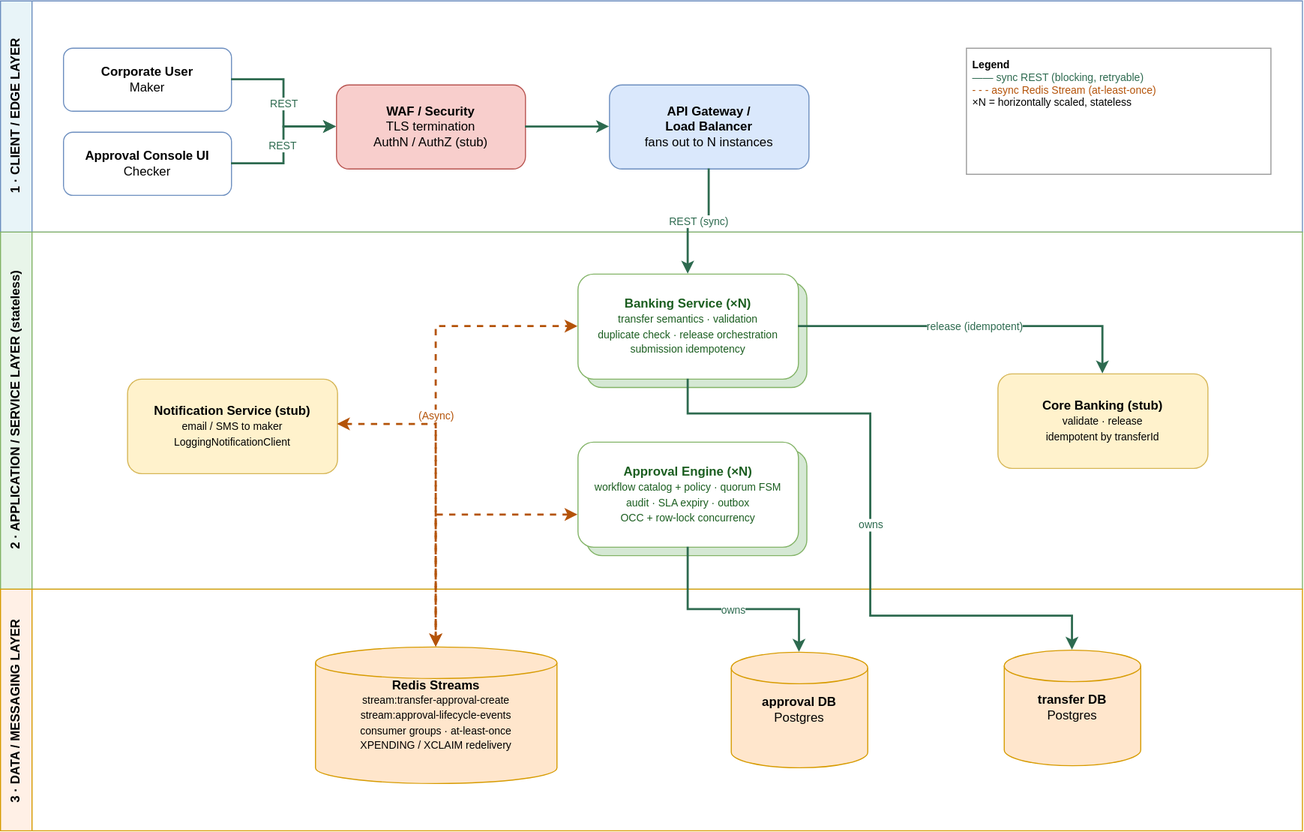
Before: docs/hld.drawio.svg, a diagram exported from draw.io (skcchoudhary21/vision-hld). Source tidied: cells renumbered, new cells last; positions are measured from the earlier drawing's top-left corner, leaving out a move shared by most shapes.
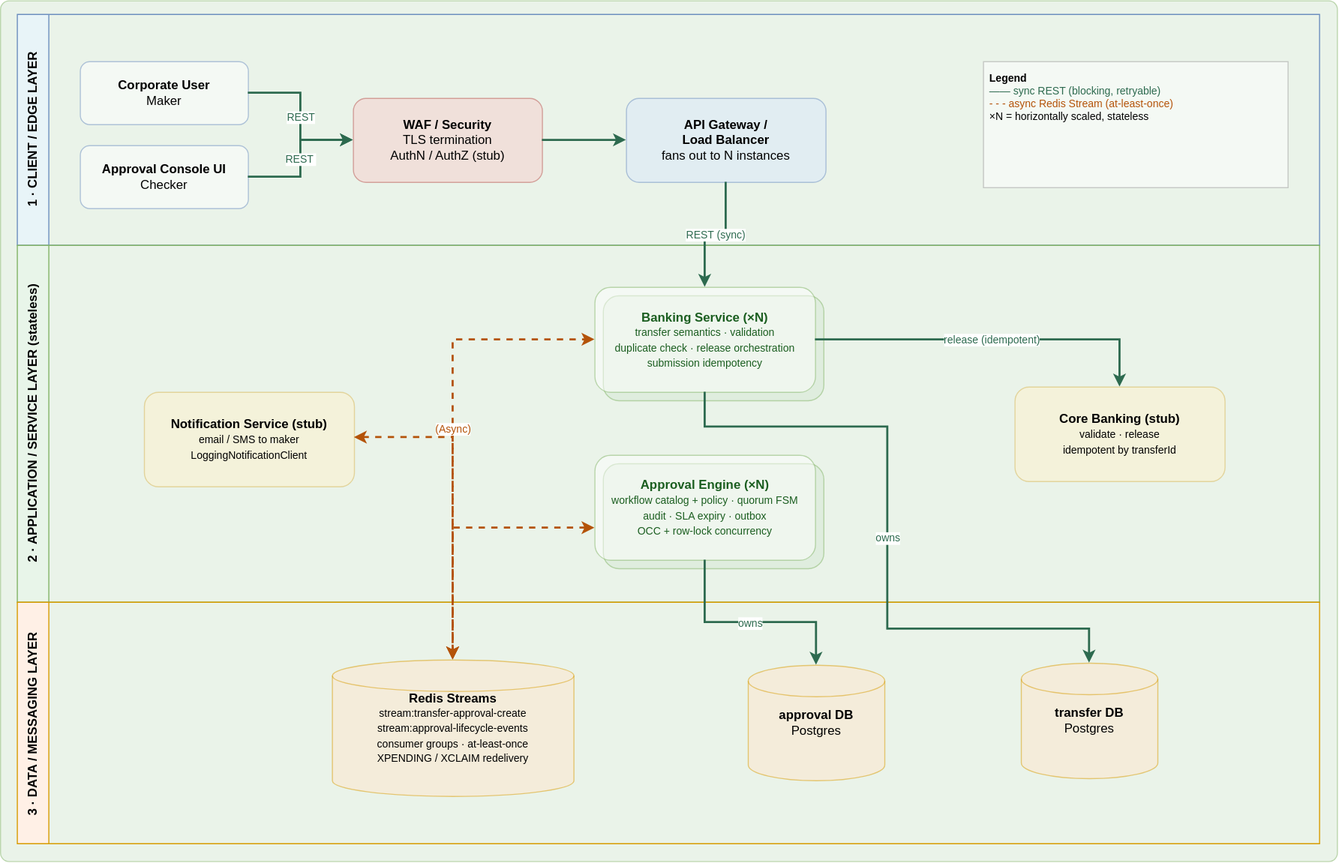
After the commit.

Commit message:
docs: rebuild transfer-approval-design as a web reference, add condensed 4-page brief

Change to the diagram source:
```diff
@@ -2,22 +2,25 @@
   <root>
     <mxCell id="0" />
     <mxCell id="1" parent="0" />
+    <mxCell id="29" style="rounded=1;whiteSpace=wrap;html=1;arcSize=1;fillColor=#d5e8d4;strokeColor=#82b366;opacity=50;" parent="1" vertex="1">
+      <mxGeometry x="-16" y="-13" width="1273" height="820" as="geometry" />
+    </mxCell>
     <mxCell id="2" value="1 · CLIENT / EDGE LAYER" style="swimlane;horizontal=0;startSize=30;fillColor=#e8f4f8;strokeColor=#6c8ebf;html=1;fontStyle=1;fontSize=12;" parent="1" vertex="1">
       <mxGeometry width="1240" height="220" as="geometry" />
     </mxCell>
-    <mxCell id="3" value="&lt;b&gt;Corporate User&lt;/b&gt;&lt;br&gt;Maker" style="rounded=1;whiteSpace=wrap;html=1;fillColor=#ffffff;strokeColor=#6c8ebf;" parent="2" vertex="1">
+    <mxCell id="3" value="&lt;b&gt;Corporate User&lt;/b&gt;&lt;br&gt;Maker" style="rounded=1;whiteSpace=wrap;html=1;fillColor=#ffffff;strokeColor=#6c8ebf;opacity=50;" parent="2" vertex="1">
       <mxGeometry x="60" y="45" width="160" height="60" as="geometry" />
     </mxCell>
-    <mxCell id="4" value="&lt;b&gt;Approval Console UI&lt;/b&gt;&lt;br&gt;Checker" style="rounded=1;whiteSpace=wrap;html=1;fillColor=#ffffff;strokeColor=#6c8ebf;" parent="2" vertex="1">
+    <mxCell id="4" value="&lt;b&gt;Approval Console UI&lt;/b&gt;&lt;br&gt;Checker" style="rounded=1;whiteSpace=wrap;html=1;fillColor=#ffffff;strokeColor=#6c8ebf;opacity=50;" parent="2" vertex="1">
       <mxGeometry x="60" y="125" width="160" height="60" as="geometry" />
     </mxCell>
-    <mxCell id="5" value="&lt;b&gt;WAF / Security&lt;/b&gt;&lt;br&gt;TLS termination&lt;br&gt;AuthN / AuthZ (stub)" style="rounded=1;whiteSpace=wrap;html=1;fillColor=#f8cecc;strokeColor=#b85450;" parent="2" vertex="1">
+    <mxCell id="5" value="&lt;b&gt;WAF / Security&lt;/b&gt;&lt;br&gt;TLS termination&lt;br&gt;AuthN / AuthZ (stub)" style="rounded=1;whiteSpace=wrap;html=1;fillColor=#f8cecc;strokeColor=#b85450;opacity=50;" parent="2" vertex="1">
       <mxGeometry x="320" y="80" width="180" height="80" as="geometry" />
     </mxCell>
-    <mxCell id="6" value="&lt;b&gt;API Gateway /&lt;br&gt;Load Balancer&lt;/b&gt;&lt;br&gt;fans out to N instances" style="rounded=1;whiteSpace=wrap;html=1;fillColor=#dae8fc;strokeColor=#6c8ebf;" parent="2" vertex="1">
+    <mxCell id="6" value="&lt;b&gt;API Gateway /&lt;br&gt;Load Balancer&lt;/b&gt;&lt;br&gt;fans out to N instances" style="rounded=1;whiteSpace=wrap;html=1;fillColor=#dae8fc;strokeColor=#6c8ebf;opacity=50;" parent="2" vertex="1">
       <mxGeometry x="580" y="80" width="190" height="80" as="geometry" />
     </mxCell>
-    <mxCell id="7" value="&lt;b&gt;Legend&lt;/b&gt;&lt;br&gt;&lt;font color=&quot;#2d6a4f&quot;&gt;—— sync REST (blocking, retryable)&lt;/font&gt;&lt;br&gt;&lt;font color=&quot;#b45309&quot;&gt;- - - async Redis Stream (at-least-once)&lt;/font&gt;&lt;br&gt;×N = horizontally scaled, stateless" style="text;html=1;align=left;verticalAlign=top;whiteSpace=wrap;fillColor=#ffffff;strokeColor=#999999;fontSize=10;spacing=6;" parent="2" vertex="1">
+    <mxCell id="7" value="&lt;b&gt;Legend&lt;/b&gt;&lt;br&gt;&lt;font color=&quot;#2d6a4f&quot;&gt;—— sync REST (blocking, retryable)&lt;/font&gt;&lt;br&gt;&lt;font color=&quot;#b45309&quot;&gt;- - - async Redis Stream (at-least-once)&lt;/font&gt;&lt;br&gt;×N = horizontally scaled, stateless" style="text;html=1;align=left;verticalAlign=top;whiteSpace=wrap;fillColor=#ffffff;strokeColor=#999999;fontSize=10;spacing=6;opacity=50;" parent="2" vertex="1">
       <mxGeometry x="920" y="45" width="290" height="120" as="geometry" />
     </mxCell>
     <mxCell id="8" value="REST" style="edgeStyle=orthogonalEdgeStyle;rounded=0;html=1;strokeColor=#2d6a4f;strokeWidth=2;endArrow=classic;fontColor=#2d6a4f;fontSize=10;libavoidRouting=1;jettySize=auto;" parent="2" edge="1" source="3" target="5">
@@ -42,22 +45,22 @@
     <mxCell id="11" value="2 · APPLICATION / SERVICE LAYER  (stateless)" style="swimlane;horizontal=0;startSize=30;fillColor=#e8f5e9;strokeColor=#82b366;html=1;fontStyle=1;fontSize=12;" parent="1" vertex="1">
       <mxGeometry y="220" width="1240" height="340" as="geometry" />
     </mxCell>
-    <mxCell id="12" style="rounded=1;whiteSpace=wrap;html=1;fillColor=#d5e8d4;strokeColor=#82b366;" parent="11" vertex="1">
+    <mxCell id="12" style="rounded=1;whiteSpace=wrap;html=1;fillColor=#d5e8d4;strokeColor=#82b366;opacity=50;" parent="11" vertex="1">
       <mxGeometry x="558" y="48" width="210" height="100" as="geometry" />
     </mxCell>
-    <mxCell id="13" value="&lt;b&gt;Banking Service (×N)&lt;/b&gt;&lt;br&gt;&lt;font style=&quot;font-size:10px&quot;&gt;transfer semantics · validation&lt;br&gt;duplicate check · release orchestration&lt;br&gt;submission idempotency&lt;/font&gt;" style="rounded=1;whiteSpace=wrap;html=1;fillColor=#ffffff;strokeColor=#82b366;fontColor=#1b5e20;" parent="11" vertex="1">
+    <mxCell id="13" value="&lt;b&gt;Banking Service (×N)&lt;/b&gt;&lt;br&gt;&lt;font style=&quot;font-size:10px&quot;&gt;transfer semantics · validation&lt;br&gt;duplicate check · release orchestration&lt;br&gt;submission idempotency&lt;/font&gt;" style="rounded=1;whiteSpace=wrap;html=1;fillColor=#ffffff;strokeColor=#82b366;fontColor=#1b5e20;opacity=50;" parent="11" vertex="1">
       <mxGeometry x="550" y="40" width="210" height="100" as="geometry" />
     </mxCell>
-    <mxCell id="14" style="rounded=1;whiteSpace=wrap;html=1;fillColor=#d5e8d4;strokeColor=#82b366;" parent="11" vertex="1">
+    <mxCell id="14" style="rounded=1;whiteSpace=wrap;html=1;fillColor=#d5e8d4;strokeColor=#82b366;opacity=50;" parent="11" vertex="1">
       <mxGeometry x="558" y="208" width="210" height="100" as="geometry" />
     </mxCell>
-    <mxCell id="15" value="&lt;b&gt;Approval Engine (×N)&lt;/b&gt;&lt;br&gt;&lt;font style=&quot;font-size:10px&quot;&gt;workflow catalog + policy · quorum FSM&lt;br&gt;audit · SLA expiry · outbox&lt;br&gt;OCC + row-lock concurrency&lt;/font&gt;" style="rounded=1;whiteSpace=wrap;html=1;fillColor=#ffffff;strokeColor=#82b366;fontColor=#1b5e20;" parent="11" vertex="1">
+    <mxCell id="15" value="&lt;b&gt;Approval Engine (×N)&lt;/b&gt;&lt;br&gt;&lt;font style=&quot;font-size:10px&quot;&gt;workflow catalog + policy · quorum FSM&lt;br&gt;audit · SLA expiry · outbox&lt;br&gt;OCC + row-lock concurrency&lt;/font&gt;" style="rounded=1;whiteSpace=wrap;html=1;fillColor=#ffffff;strokeColor=#82b366;fontColor=#1b5e20;opacity=50;" parent="11" vertex="1">
       <mxGeometry x="550" y="200" width="210" height="100" as="geometry" />
     </mxCell>
-    <mxCell id="16" value="&lt;b&gt;Core Banking (stub)&lt;/b&gt;&lt;br&gt;&lt;font style=&quot;font-size:10px&quot;&gt;validate · release&lt;br&gt;idempotent by transferId&lt;/font&gt;" style="rounded=1;whiteSpace=wrap;html=1;fillColor=#fff2cc;strokeColor=#d6b656;" parent="11" vertex="1">
+    <mxCell id="16" value="&lt;b&gt;Core Banking (stub)&lt;/b&gt;&lt;br&gt;&lt;font style=&quot;font-size:10px&quot;&gt;validate · release&lt;br&gt;idempotent by transferId&lt;/font&gt;" style="rounded=1;whiteSpace=wrap;html=1;fillColor=#fff2cc;strokeColor=#d6b656;opacity=50;" parent="11" vertex="1">
       <mxGeometry x="950" y="135" width="200" height="90" as="geometry" />
     </mxCell>
-    <mxCell id="17" value="&lt;b&gt;Notification Service (stub)&lt;/b&gt;&lt;br&gt;&lt;font style=&quot;font-size:10px&quot;&gt;email / SMS to maker&lt;br&gt;LoggingNotificationClient&lt;/font&gt;" style="rounded=1;whiteSpace=wrap;html=1;fillColor=#fff2cc;strokeColor=#d6b656;" parent="11" vertex="1">
+    <mxCell id="17" value="&lt;b&gt;Notification Service (stub)&lt;/b&gt;&lt;br&gt;&lt;font style=&quot;font-size:10px&quot;&gt;email / SMS to maker&lt;br&gt;LoggingNotificationClient&lt;/font&gt;" style="rounded=1;whiteSpace=wrap;html=1;fillColor=#fff2cc;strokeColor=#d6b656;opacity=50;" parent="11" vertex="1">
       <mxGeometry x="121" y="140" width="200" height="90" as="geometry" />
     </mxCell>
     <mxCell id="18" value="&lt;div&gt;release (idempotent)&lt;/div&gt;" style="edgeStyle=orthogonalEdgeStyle;rounded=0;html=1;strokeColor=#2d6a4f;strokeWidth=2;endArrow=classic;fontColor=#2d6a4f;fontSize=10;libavoidRouting=1;jettySize=auto;" parent="11" edge="1" source="13" target="16">
@@ -70,13 +73,13 @@
     <mxCell id="19" value="3 · DATA / MESSAGING LAYER&amp;nbsp;" style="swimlane;horizontal=0;startSize=30;fillColor=#fff0e6;strokeColor=#d79b00;html=1;fontStyle=1;fontSize=12;" parent="1" vertex="1">
       <mxGeometry y="560" width="1240" height="230" as="geometry" />
     </mxCell>
-    <mxCell id="20" value="&lt;b&gt;Redis Streams&lt;/b&gt;&lt;br&gt;&lt;font style=&quot;font-size:10px&quot;&gt;stream:transfer-approval-create&lt;br&gt;stream:approval-lifecycle-events&lt;br&gt;consumer groups · at-least-once&lt;br&gt;XPENDING / XCLAIM redelivery&lt;/font&gt;" style="shape=cylinder3;whiteSpace=wrap;html=1;fillColor=#ffe6cc;strokeColor=#d79b00;" parent="19" vertex="1">
+    <mxCell id="20" value="&lt;b&gt;Redis Streams&lt;/b&gt;&lt;br&gt;&lt;font style=&quot;font-size:10px&quot;&gt;stream:transfer-approval-create&lt;br&gt;stream:approval-lifecycle-events&lt;br&gt;consumer groups · at-least-once&lt;br&gt;XPENDING / XCLAIM redelivery&lt;/font&gt;" style="shape=cylinder3;whiteSpace=wrap;html=1;fillColor=#ffe6cc;strokeColor=#d79b00;opacity=50;" parent="19" vertex="1">
       <mxGeometry x="300" y="55" width="230" height="130" as="geometry" />
     </mxCell>
-    <mxCell id="21" value="&lt;b&gt;transfer DB&lt;/b&gt;&lt;br&gt;Postgres" style="shape=cylinder3;whiteSpace=wrap;html=1;fillColor=#ffe6cc;strokeColor=#d79b00;" parent="19" vertex="1">
+    <mxCell id="21" value="&lt;b&gt;transfer DB&lt;/b&gt;&lt;br&gt;Postgres" style="shape=cylinder3;whiteSpace=wrap;html=1;fillColor=#ffe6cc;strokeColor=#d79b00;opacity=50;" parent="19" vertex="1">
       <mxGeometry x="956" y="58" width="130" height="110" as="geometry" />
     </mxCell>
-    <mxCell id="22" value="&lt;b&gt;approval DB&lt;/b&gt;&lt;br&gt;Postgres" style="shape=cylinder3;whiteSpace=wrap;html=1;fillColor=#ffe6cc;strokeColor=#d79b00;" parent="19" vertex="1">
+    <mxCell id="22" value="&lt;b&gt;approval DB&lt;/b&gt;&lt;br&gt;Postgres" style="shape=cylinder3;whiteSpace=wrap;html=1;fillColor=#ffe6cc;strokeColor=#d79b00;opacity=50;" parent="19" vertex="1">
       <mxGeometry x="696" y="60" width="130" height="110" as="geometry" />
     </mxCell>
     <mxCell id="23" value="REST (sync)" style="edgeStyle=orthogonalEdgeStyle;rounded=0;html=1;strokeColor=#2d6a4f;strokeWidth=2;endArrow=classic;fontColor=#2d6a4f;fontSize=10;libavoidRouting=1;jettySize=auto;" parent="1" edge="1" source="6" target="13">
```
